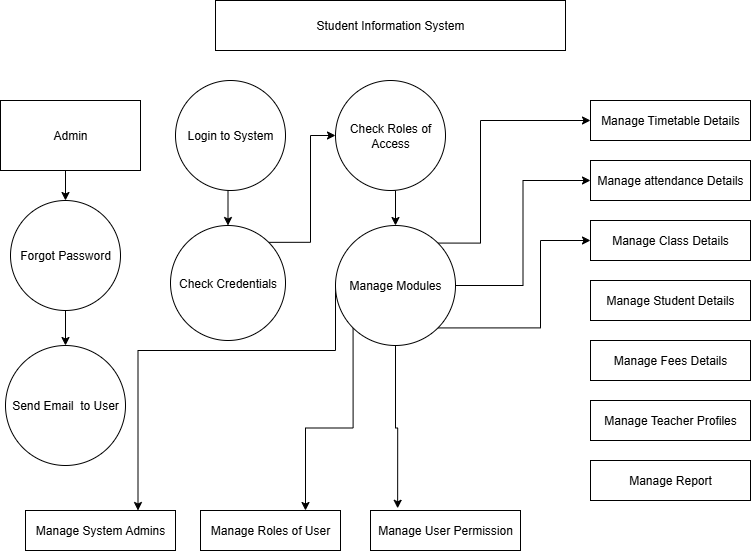
Before: Student Information.drawio.png, a diagram exported from draw.io (LavanyaVantrapati22/Experiments). Source tidied: cells renumbered, new cells last; positions are measured from the earlier drawing's top-left corner, leaving out a move shared by most shapes. The source it was exported from:
```xml
<mxGraphModel>
  <root>
    <mxCell id="0" />
    <mxCell id="1" parent="0" />
    <mxCell id="2" value="Student Information System" style="rounded=0;whiteSpace=wrap;html=1;" parent="1" vertex="1">
      <mxGeometry x="215" width="350" height="50" as="geometry" />
    </mxCell>
    <mxCell id="3" style="edgeStyle=orthogonalEdgeStyle;rounded=0;jettySize=auto;html=1;exitX=0.5;exitY=1;exitDx=0;exitDy=0;entryX=0.5;entryY=0;entryDx=0;entryDy=0;" parent="1" edge="1" source="4" target="8">
      <mxGeometry relative="1" as="geometry" />
    </mxCell>
    <mxCell id="4" value="Admin" style="rounded=0;whiteSpace=wrap;html=1;" parent="1" vertex="1">
      <mxGeometry y="100" width="140" height="70" as="geometry" />
    </mxCell>
    <mxCell id="5" style="edgeStyle=orthogonalEdgeStyle;rounded=0;jettySize=auto;html=1;exitX=0.5;exitY=1;exitDx=0;exitDy=0;entryX=0.5;entryY=0;entryDx=0;entryDy=0;" parent="1" edge="1" source="6" target="10">
      <mxGeometry relative="1" as="geometry" />
    </mxCell>
    <mxCell id="6" value="Login to System" style="ellipse;whiteSpace=wrap;html=1;" parent="1" vertex="1">
      <mxGeometry x="175" y="80" width="110" height="110" as="geometry" />
    </mxCell>
    <mxCell id="7" style="edgeStyle=orthogonalEdgeStyle;rounded=0;jettySize=auto;html=1;exitX=0.5;exitY=1;exitDx=0;exitDy=0;entryX=0.5;entryY=0;entryDx=0;entryDy=0;" parent="1" edge="1" source="8" target="11">
      <mxGeometry relative="1" as="geometry" />
    </mxCell>
    <mxCell id="8" value="Forgot Password" style="ellipse;whiteSpace=wrap;html=1;" parent="1" vertex="1">
      <mxGeometry x="10" y="200" width="110" height="110" as="geometry" />
    </mxCell>
    <mxCell id="9" style="edgeStyle=orthogonalEdgeStyle;rounded=0;jettySize=auto;html=1;exitX=1;exitY=0;exitDx=0;exitDy=0;entryX=0;entryY=0.5;entryDx=0;entryDy=0;" parent="1" edge="1" source="10" target="13">
      <mxGeometry relative="1" as="geometry" />
    </mxCell>
    <mxCell id="10" value="Check Credentials" style="ellipse;whiteSpace=wrap;html=1;" parent="1" vertex="1">
      <mxGeometry x="170" y="225" width="115" height="115" as="geometry" />
    </mxCell>
    <mxCell id="11" value="Send Email&amp;nbsp; to User" style="ellipse;whiteSpace=wrap;html=1;" parent="1" vertex="1">
      <mxGeometry x="5" y="345" width="120" height="120" as="geometry" />
    </mxCell>
    <mxCell id="12" style="edgeStyle=orthogonalEdgeStyle;rounded=0;jettySize=auto;html=1;exitX=0.5;exitY=1;exitDx=0;exitDy=0;entryX=0.5;entryY=0;entryDx=0;entryDy=0;" parent="1" edge="1" source="13" target="19">
      <mxGeometry relative="1" as="geometry" />
    </mxCell>
    <mxCell id="13" value="Check Roles of Access" style="ellipse;whiteSpace=wrap;html=1;" parent="1" vertex="1">
      <mxGeometry x="335" y="80" width="110" height="110" as="geometry" />
    </mxCell>
    <mxCell id="14" style="edgeStyle=orthogonalEdgeStyle;rounded=0;jettySize=auto;html=1;exitX=0;exitY=0.5;exitDx=0;exitDy=0;entryX=0.75;entryY=0;entryDx=0;entryDy=0;" parent="1" edge="1" source="19" target="27">
      <mxGeometry relative="1" as="geometry">
        <Array as="points">
          <mxPoint x="335" y="350" />
          <mxPoint x="138" y="350" />
        </Array>
      </mxGeometry>
    </mxCell>
    <mxCell id="15" style="edgeStyle=orthogonalEdgeStyle;rounded=0;jettySize=auto;html=1;exitX=0;exitY=1;exitDx=0;exitDy=0;entryX=0.75;entryY=0;entryDx=0;entryDy=0;" parent="1" edge="1" source="19" target="28">
      <mxGeometry relative="1" as="geometry" />
    </mxCell>
    <mxCell id="16" style="edgeStyle=orthogonalEdgeStyle;rounded=0;jettySize=auto;html=1;exitX=1;exitY=0;exitDx=0;exitDy=0;entryX=0;entryY=0.5;entryDx=0;entryDy=0;" parent="1" edge="1" source="19" target="20">
      <mxGeometry relative="1" as="geometry">
        <Array as="points">
          <mxPoint x="480" y="243" />
          <mxPoint x="480" y="120" />
        </Array>
      </mxGeometry>
    </mxCell>
    <mxCell id="17" style="edgeStyle=orthogonalEdgeStyle;rounded=0;jettySize=auto;html=1;exitX=1;exitY=0.5;exitDx=0;exitDy=0;entryX=0;entryY=0.5;entryDx=0;entryDy=0;" parent="1" edge="1" source="19" target="21">
      <mxGeometry relative="1" as="geometry" />
    </mxCell>
    <mxCell id="18" style="edgeStyle=orthogonalEdgeStyle;rounded=0;jettySize=auto;html=1;exitX=1;exitY=1;exitDx=0;exitDy=0;entryX=0;entryY=0.5;entryDx=0;entryDy=0;" parent="1" edge="1" source="19" target="22">
      <mxGeometry relative="1" as="geometry">
        <Array as="points">
          <mxPoint x="540" y="327" />
          <mxPoint x="540" y="240" />
        </Array>
      </mxGeometry>
    </mxCell>
    <mxCell id="19" value="Manage Modules" style="ellipse;whiteSpace=wrap;html=1;" parent="1" vertex="1">
      <mxGeometry x="335" y="225" width="120" height="120" as="geometry" />
    </mxCell>
    <mxCell id="20" value="Manage Timetable Details" style="rounded=0;whiteSpace=wrap;html=1;" parent="1" vertex="1">
      <mxGeometry x="590" y="100" width="160" height="40" as="geometry" />
    </mxCell>
    <mxCell id="21" value="Manage attendance Details" style="rounded=0;whiteSpace=wrap;html=1;" parent="1" vertex="1">
      <mxGeometry x="590" y="160" width="160" height="40" as="geometry" />
    </mxCell>
    <mxCell id="22" value="Manage Class Details" style="rounded=0;whiteSpace=wrap;html=1;" parent="1" vertex="1">
      <mxGeometry x="590" y="220" width="160" height="40" as="geometry" />
    </mxCell>
    <mxCell id="23" value="Manage Student Details" style="rounded=0;whiteSpace=wrap;html=1;" parent="1" vertex="1">
      <mxGeometry x="590" y="280" width="160" height="40" as="geometry" />
    </mxCell>
    <mxCell id="24" value="Manage Fees Details" style="rounded=0;whiteSpace=wrap;html=1;" parent="1" vertex="1">
      <mxGeometry x="590" y="340" width="160" height="40" as="geometry" />
    </mxCell>
    <mxCell id="25" value="Manage Teacher Profiles" style="rounded=0;whiteSpace=wrap;html=1;" parent="1" vertex="1">
      <mxGeometry x="590" y="400" width="160" height="40" as="geometry" />
    </mxCell>
    <mxCell id="26" value="Manage Report" style="rounded=0;whiteSpace=wrap;html=1;" parent="1" vertex="1">
      <mxGeometry x="590" y="460" width="160" height="40" as="geometry" />
    </mxCell>
    <mxCell id="27" value="Manage System Admins" style="rounded=0;whiteSpace=wrap;html=1;" parent="1" vertex="1">
      <mxGeometry x="25" y="510" width="150" height="40" as="geometry" />
    </mxCell>
    <mxCell id="28" value="Manage Roles of User" style="rounded=0;whiteSpace=wrap;html=1;" parent="1" vertex="1">
      <mxGeometry x="200" y="510" width="140" height="40" as="geometry" />
    </mxCell>
    <mxCell id="29" value="Manage User Permission" style="rounded=0;whiteSpace=wrap;html=1;" parent="1" vertex="1">
      <mxGeometry x="370" y="510" width="150" height="40" as="geometry" />
    </mxCell>
    <mxCell id="30" style="edgeStyle=orthogonalEdgeStyle;rounded=0;orthogonalLoop=1;jettySize=auto;html=1;exitX=0.5;exitY=1;exitDx=0;exitDy=0;" parent="1" edge="1" source="2" target="2">
      <mxGeometry relative="1" as="geometry" />
    </mxCell>
    <mxCell id="31" style="edgeStyle=orthogonalEdgeStyle;rounded=0;jettySize=auto;html=1;exitX=0.5;exitY=1;exitDx=0;exitDy=0;entryX=0.181;entryY=-0.055;entryDx=0;entryDy=0;entryPerimeter=0;" parent="1" edge="1" source="19" target="29">
      <mxGeometry relative="1" as="geometry" />
    </mxCell>
  </root>
</mxGraphModel>
```
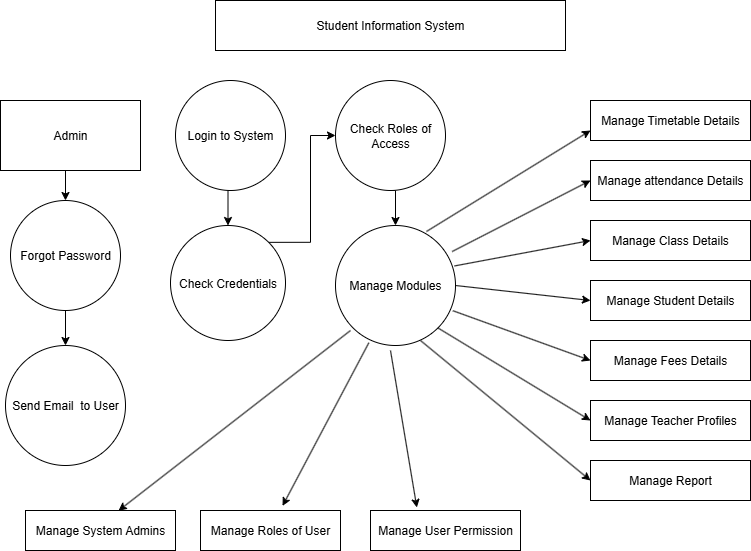
The same file after the commit.

What changed in the source:
```diff
@@ -38,36 +38,6 @@
     <mxCell id="13" value="Check Roles of Access" style="ellipse;whiteSpace=wrap;html=1;" parent="1" vertex="1">
       <mxGeometry x="335" y="80" width="110" height="110" as="geometry" />
     </mxCell>
-    <mxCell id="14" style="edgeStyle=orthogonalEdgeStyle;rounded=0;jettySize=auto;html=1;exitX=0;exitY=0.5;exitDx=0;exitDy=0;entryX=0.75;entryY=0;entryDx=0;entryDy=0;" parent="1" edge="1" source="19" target="27">
-      <mxGeometry relative="1" as="geometry">
-        <Array as="points">
-          <mxPoint x="335" y="350" />
-          <mxPoint x="138" y="350" />
-        </Array>
-      </mxGeometry>
-    </mxCell>
-    <mxCell id="15" style="edgeStyle=orthogonalEdgeStyle;rounded=0;jettySize=auto;html=1;exitX=0;exitY=1;exitDx=0;exitDy=0;entryX=0.75;entryY=0;entryDx=0;entryDy=0;" parent="1" edge="1" source="19" target="28">
-      <mxGeometry relative="1" as="geometry" />
-    </mxCell>
-    <mxCell id="16" style="edgeStyle=orthogonalEdgeStyle;rounded=0;jettySize=auto;html=1;exitX=1;exitY=0;exitDx=0;exitDy=0;entryX=0;entryY=0.5;entryDx=0;entryDy=0;" parent="1" edge="1" source="19" target="20">
-      <mxGeometry relative="1" as="geometry">
-        <Array as="points">
-          <mxPoint x="480" y="243" />
-          <mxPoint x="480" y="120" />
-        </Array>
-      </mxGeometry>
-    </mxCell>
-    <mxCell id="17" style="edgeStyle=orthogonalEdgeStyle;rounded=0;jettySize=auto;html=1;exitX=1;exitY=0.5;exitDx=0;exitDy=0;entryX=0;entryY=0.5;entryDx=0;entryDy=0;" parent="1" edge="1" source="19" target="21">
-      <mxGeometry relative="1" as="geometry" />
-    </mxCell>
-    <mxCell id="18" style="edgeStyle=orthogonalEdgeStyle;rounded=0;jettySize=auto;html=1;exitX=1;exitY=1;exitDx=0;exitDy=0;entryX=0;entryY=0.5;entryDx=0;entryDy=0;" parent="1" edge="1" source="19" target="22">
-      <mxGeometry relative="1" as="geometry">
-        <Array as="points">
-          <mxPoint x="540" y="327" />
-          <mxPoint x="540" y="240" />
-        </Array>
-      </mxGeometry>
-    </mxCell>
     <mxCell id="19" value="Manage Modules" style="ellipse;whiteSpace=wrap;html=1;" parent="1" vertex="1">
       <mxGeometry x="335" y="225" width="120" height="120" as="geometry" />
     </mxCell>
@@ -104,8 +74,41 @@
     <mxCell id="30" style="edgeStyle=orthogonalEdgeStyle;rounded=0;orthogonalLoop=1;jettySize=auto;html=1;exitX=0.5;exitY=1;exitDx=0;exitDy=0;" parent="1" edge="1" source="2" target="2">
       <mxGeometry relative="1" as="geometry" />
     </mxCell>
-    <mxCell id="31" style="edgeStyle=orthogonalEdgeStyle;rounded=0;jettySize=auto;html=1;exitX=0.5;exitY=1;exitDx=0;exitDy=0;entryX=0.181;entryY=-0.055;entryDx=0;entryDy=0;entryPerimeter=0;" parent="1" edge="1" source="19" target="29">
-      <mxGeometry relative="1" as="geometry" />
-    </mxCell>
+    <mxCell id="16" style="endArrow=classic;html=1;rounded=0;entryX=0;entryY=0.75;entryDx=0;entryDy=0;exitX=0.758;exitY=0.05;exitDx=0;exitDy=0;exitPerimeter=0;" parent="1" edge="1" source="19" target="20">
+      <mxGeometry relative="1" as="geometry" />
+    </mxCell>
+    <mxCell id="17" style="endArrow=classic;html=1;rounded=0;entryX=0;entryY=0.5;entryDx=0;entryDy=0;exitX=0.972;exitY=0.217;exitDx=0;exitDy=0;exitPerimeter=0;" parent="1" edge="1" source="19" target="21">
+      <mxGeometry relative="1" as="geometry" />
+    </mxCell>
+    <mxCell id="18" style="endArrow=classic;html=1;rounded=0;entryX=0;entryY=0.5;entryDx=0;entryDy=0;exitX=0.992;exitY=0.337;exitDx=0;exitDy=0;exitPerimeter=0;" parent="1" edge="1" source="19" target="22">
+      <mxGeometry relative="1" as="geometry" />
+    </mxCell>
+    <mxCell id="32" style="endArrow=classic;html=1;rounded=0;entryX=0;entryY=0.5;entryDx=0;entryDy=0;exitX=1;exitY=0.5;exitDx=0;exitDy=0;" parent="1" edge="1" source="19" target="23">
+      <mxGeometry relative="1" as="geometry" />
+    </mxCell>
+    <mxCell id="33" style="endArrow=classic;html=1;rounded=0;entryX=0;entryY=0.5;entryDx=0;entryDy=0;exitX=0.978;exitY=0.71;exitDx=0;exitDy=0;exitPerimeter=0;" parent="1" edge="1" source="19" target="24">
+      <mxGeometry relative="1" as="geometry" />
+    </mxCell>
+    <mxCell id="34" style="endArrow=classic;html=1;rounded=0;entryX=0;entryY=0.5;entryDx=0;entryDy=0;exitX=1;exitY=1;exitDx=0;exitDy=0;" parent="1" edge="1" source="19" target="25">
+      <mxGeometry relative="1" as="geometry" />
+    </mxCell>
+    <mxCell id="35" style="endArrow=classic;html=1;rounded=0;entryX=0;entryY=0.5;entryDx=0;entryDy=0;" parent="1" edge="1" target="26">
+      <mxGeometry relative="1" as="geometry">
+        <mxPoint x="420" y="340" as="sourcePoint" />
+      </mxGeometry>
+    </mxCell>
+    <mxCell id="36" style="endArrow=classic;html=1;rounded=0;entryX=0.62;entryY=0.005;entryDx=0;entryDy=0;entryPerimeter=0;" parent="1" edge="1" target="27">
+      <mxGeometry relative="1" as="geometry">
+        <mxPoint x="350" y="330" as="sourcePoint" />
+      </mxGeometry>
+    </mxCell>
+    <mxCell id="15" style="endArrow=classic;html=1;rounded=0;entryX=0.586;entryY=-0.115;entryDx=0;entryDy=0;entryPerimeter=0;exitX=0.278;exitY=0.977;exitDx=0;exitDy=0;exitPerimeter=0;" parent="1" edge="1" source="19" target="28">
+      <mxGeometry relative="1" as="geometry" />
+    </mxCell>
+    <mxCell id="37" style="endArrow=classic;html=1;rounded=0;entryX=0.309;entryY=-0.075;entryDx=0;entryDy=0;entryPerimeter=0;" parent="1" edge="1" target="29">
+      <mxGeometry relative="1" as="geometry">
+        <mxPoint x="390" y="350" as="sourcePoint" />
+      </mxGeometry>
+    </mxCell>
   </root>
 </mxGraphModel>
```
